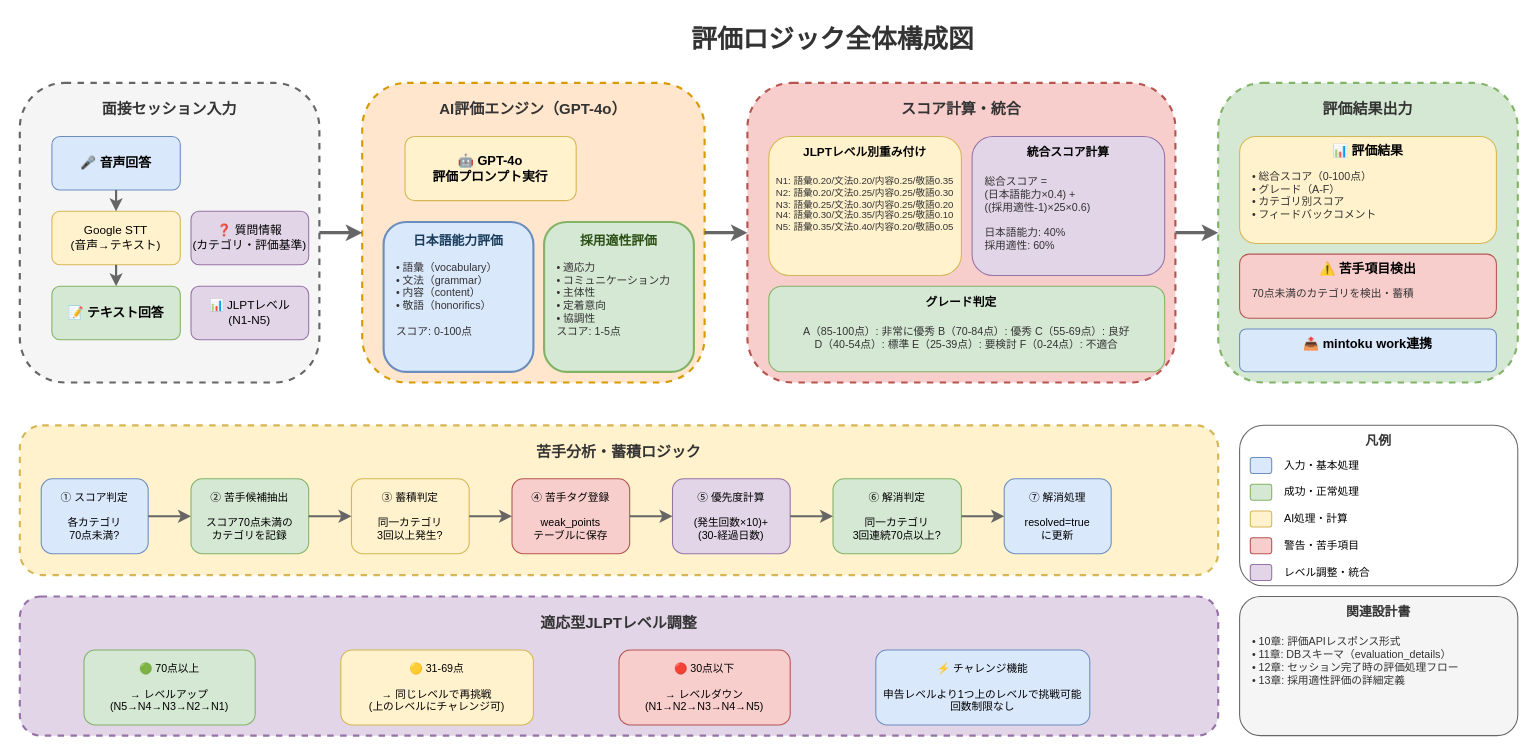
Above: docs/images/評価_評価ロジック全体構成図.drawio in yoshidasendai115/ai-interview (draw.io), before the change. Source tidied: cells renumbered, new cells numbered last; positions are measured from the earlier drawing's top-left corner, leaving out a move shared by most shapes. Both pictures are drawn from the tidied source at 107%, with x=0, y=0 at pixel (19, 18).
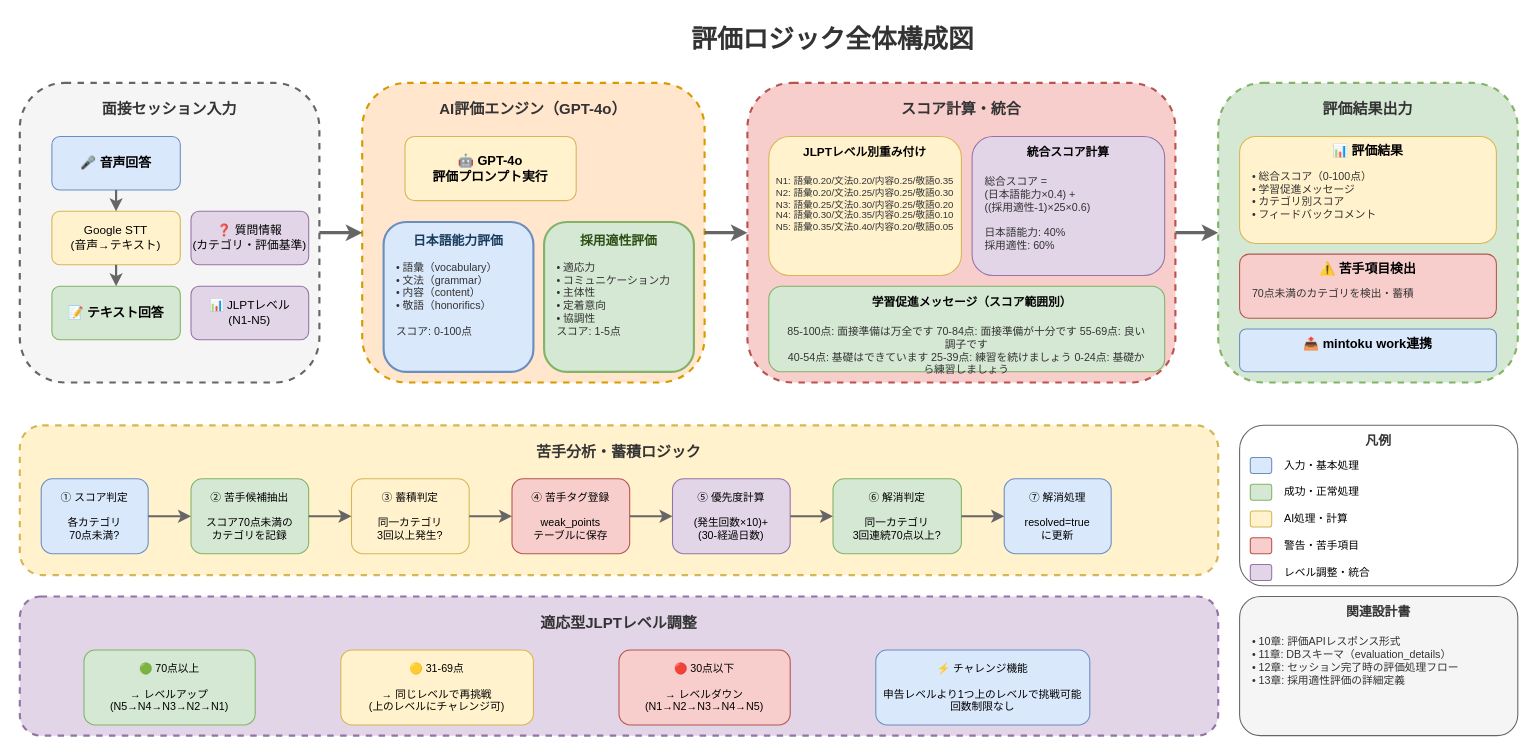
Above is the later version.

The edit, as a diff of the source:
```diff
@@
-    <mxCell id="30" value="グレード判定" style="text;html=1;strokeColor=none;fillColor=none;align=center;verticalAlign=middle;whiteSpace=wrap;rounded=0;fontSize=11;fontStyle=1;" parent="1" vertex="1">
-      <mxGeometry x="830" y="255" width="100" height="20" as="geometry" />
-    </mxCell>
-    <mxCell id="31" value="A（85-100点）: 非常に優秀   B（70-84点）: 優秀   C（55-69点）: 良好&#10;D（40-54点）: 標準   E（25-39点）: 要検討   F（0-24点）: 不適合" style="text;html=1;strokeColor=none;fillColor=none;align=center;verticalAlign=top;whiteSpace=wrap;rounded=0;fontSize=10;fontColor=#333333;" parent="1" vertex="1">
-      <mxGeometry x="715" y="280" width="340" height="45" as="geometry" />
-    </mxCell>
+    <mxCell id="78" value="学習促進メッセージ（スコア範囲別）" style="text;html=1;strokeColor=none;fillColor=none;align=center;verticalAlign=middle;whiteSpace=wrap;rounded=0;fontSize=11;fontStyle=1;" parent="1" vertex="1">
+      <mxGeometry x="790" y="255" width="200" height="20" as="geometry" />
+    </mxCell>
+    <mxCell id="79" value="85-100点: 面接準備は万全です   70-84点: 面接準備が十分です   55-69点: 良い調子です&#10;40-54点: 基礎はできています   25-39点: 練習を続けましょう   0-24点: 基礎から練習しましょう" style="text;html=1;strokeColor=none;fillColor=none;align=center;verticalAlign=top;whiteSpace=wrap;rounded=0;fontSize=10;fontColor=#333333;" parent="1" vertex="1">
+      <mxGeometry x="715" y="280" width="340" height="45" as="geometry" />
+    </mxCell>
@@
-    <mxCell id="35" value="• 総合スコア（0-100点）&#10;• グレード（A-F）&#10;• カテゴリ別スコア&#10;• フィードバックコメント" style="text;html=1;strokeColor=none;fillColor=none;align=left;verticalAlign=top;whiteSpace=wrap;rounded=0;fontSize=10;fontColor=#333333;" parent="1" vertex="1">
+    <mxCell id="35" value="• 総合スコア（0-100点）&#10;• 学習促進メッセージ&#10;• カテゴリ別スコア&#10;• フィードバックコメント" style="text;html=1;strokeColor=none;fillColor=none;align=left;verticalAlign=top;whiteSpace=wrap;rounded=0;fontSize=10;fontColor=#333333;" parent="1" vertex="1">
       <mxGeometry x="1150" y="135" width="220" height="70" as="geometry" />
     </mxCell>
```
